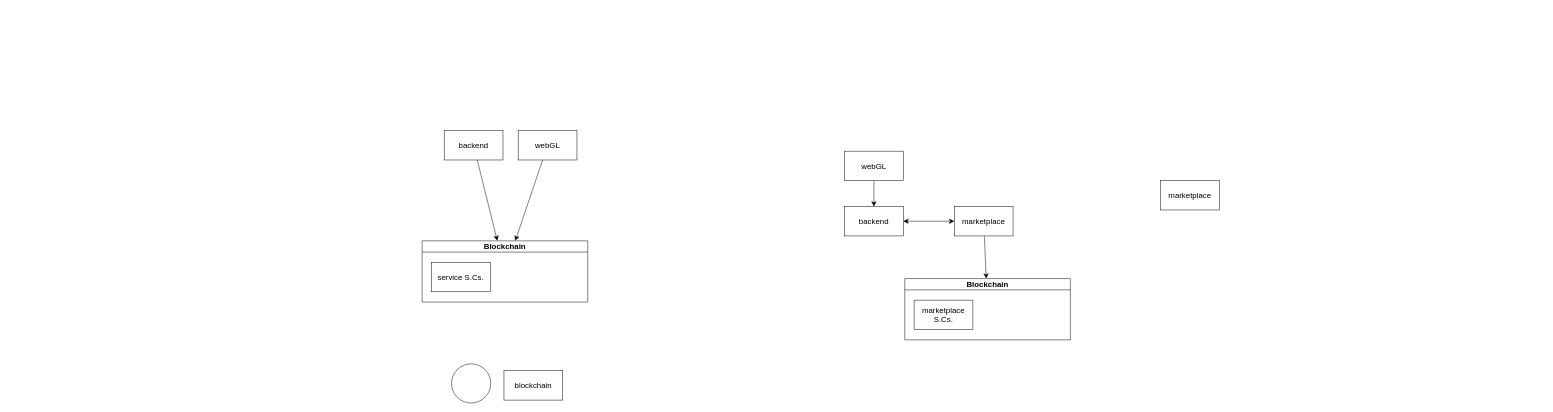
This is qubix.drawio from careock/diagrams, a draw.io file, before an edit. Source tidied: cells renumbered, new cells numbered last; positions are measured from the earlier drawing's top-left corner, leaving out a move shared by most shapes. Both pictures are drawn from the tidied source at 49%, with x=0, y=0 at pixel (422, 130).
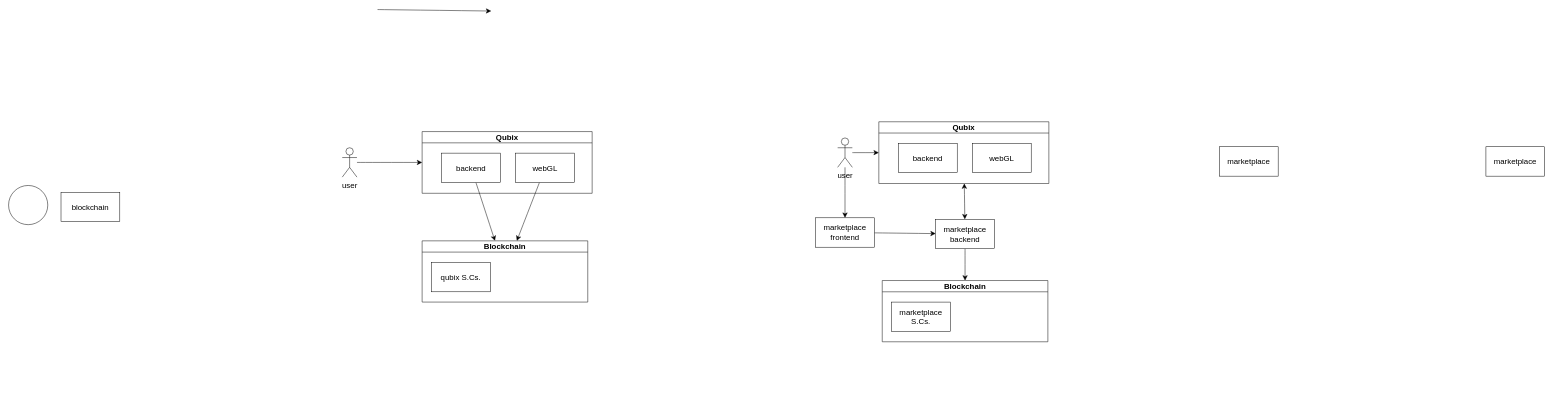
After the change.

The change refers to these unchanged cells:
```xml
<mxCell id="8" value="Blockchain" style="swimlane;whiteSpace=wrap;html=1;fontSize=16;" parent="1" vertex="1">
  <mxGeometry y="225" width="338" height="125" as="geometry" />
</mxCell>
```

The edit, as a diff of the source:
```diff
@@
-    <mxCell id="2" value="backend" style="rounded=0;whiteSpace=wrap;html=1;fontSize=16;" parent="1" vertex="1">
-      <mxGeometry x="45" width="120" height="60" as="geometry" />
-    </mxCell>
     <mxCell id="3" style="ellipse;whiteSpace=wrap;html=1;fontSize=16;" parent="1" vertex="1">
-      <mxGeometry x="60" y="476" width="80" height="80" as="geometry" />
+      <mxGeometry x="-844" y="112" width="80" height="80" as="geometry" />
     </mxCell>
@@
-    <mxCell id="5" value="webGL" style="rounded=0;whiteSpace=wrap;html=1;fontSize=16;" parent="1" vertex="1">
-      <mxGeometry x="196" width="120" height="60" as="geometry" />
-    </mxCell>
@@
-    <mxCell id="7" value="marketplace" style="rounded=0;whiteSpace=wrap;html=1;fontSize=16;" parent="1" vertex="1">
-      <mxGeometry x="1086" y="155" width="120" height="60" as="geometry" />
+    <mxCell id="7" value="marketplace backend" style="rounded=0;whiteSpace=wrap;html=1;fontSize=16;" parent="1" vertex="1">
+      <mxGeometry x="1048" y="181" width="120" height="60" as="geometry" />
     </mxCell>
@@
-    <mxCell id="9" value="service S.Cs." style="rounded=0;whiteSpace=wrap;html=1;fontSize=16;" parent="8" vertex="1">
+    <mxCell id="9" value="qubix S.Cs." style="rounded=0;whiteSpace=wrap;html=1;fontSize=16;" parent="8" vertex="1">
       <mxGeometry x="19" y="44" width="120" height="60" as="geometry" />
     </mxCell>
     <mxCell id="10" value="blockchain" style="rounded=0;whiteSpace=wrap;html=1;fontSize=16;" parent="1" vertex="1">
-      <mxGeometry x="167" y="490" width="120" height="60" as="geometry" />
+      <mxGeometry x="-737" y="126" width="120" height="60" as="geometry" />
     </mxCell>
@@
-    <mxCell id="12" style="edgeStyle=none;curved=1;rounded=0;jettySize=auto;html=1;fontSize=12;startSize=8;endSize=8;startArrow=classic;startFill=1;" parent="1" edge="1" source="13" target="7">
+    <mxCell id="12" style="edgeStyle=none;curved=1;rounded=0;jettySize=auto;html=1;fontSize=12;startSize=8;endSize=8;startArrow=classic;startFill=1;" parent="1" edge="1" source="21" target="7">
       <mxGeometry relative="1" as="geometry" />
     </mxCell>
-    <mxCell id="13" value="backend" style="rounded=0;whiteSpace=wrap;html=1;fontSize=16;" parent="1" vertex="1">
-      <mxGeometry x="862" y="155" width="120" height="60" as="geometry" />
-    </mxCell>
-    <mxCell id="14" style="edgeStyle=none;curved=1;rounded=0;jettySize=auto;html=1;fontSize=12;startSize=8;endSize=8;" parent="1" edge="1" source="15" target="13">
-      <mxGeometry relative="1" as="geometry" />
+    <mxCell id="14" style="edgeStyle=none;curved=1;rounded=0;orthogonalLoop=1;jettySize=auto;html=1;fontSize=12;startSize=8;endSize=8;" parent="1" edge="1">
+      <mxGeometry relative="1" as="geometry">
+        <mxPoint x="922" y="102" as="sourcePoint" />
+      </mxGeometry>
     </mxCell>
-    <mxCell id="15" value="webGL" style="rounded=0;whiteSpace=wrap;html=1;fontSize=16;" parent="1" vertex="1">
-      <mxGeometry x="862" y="42" width="120" height="60" as="geometry" />
-    </mxCell>
     <mxCell id="16" value="marketplace" style="rounded=0;whiteSpace=wrap;html=1;fontSize=16;" parent="1" vertex="1">
-      <mxGeometry x="1507" y="102" width="120" height="60" as="geometry" />
+      <mxGeometry x="1627" y="33" width="120" height="60" as="geometry" />
     </mxCell>
     <mxCell id="17" value="Blockchain" style="swimlane;whiteSpace=wrap;html=1;fontSize=16;" parent="1" vertex="1">
-      <mxGeometry x="985" y="302" width="338" height="125" as="geometry" />
+      <mxGeometry x="939" y="306" width="338" height="125" as="geometry" />
     </mxCell>
@@
+    <mxCell id="19" value="marketplace" style="rounded=0;whiteSpace=wrap;html=1;fontSize=16;" parent="1" vertex="1">
+      <mxGeometry x="2171" y="33" width="120" height="60" as="geometry" />
+    </mxCell>
+    <mxCell id="20" value="Qubix" style="swimlane;whiteSpace=wrap;html=1;fontSize=16;" parent="1" vertex="1">
+      <mxGeometry y="2" width="347" height="126" as="geometry" />
+    </mxCell>
+    <mxCell id="2" value="backend" style="rounded=0;whiteSpace=wrap;html=1;fontSize=16;" parent="20" vertex="1">
+      <mxGeometry x="40" y="44" width="120" height="60" as="geometry" />
+    </mxCell>
+    <mxCell id="5" value="webGL" style="rounded=0;whiteSpace=wrap;html=1;fontSize=16;" parent="20" vertex="1">
+      <mxGeometry x="191" y="44" width="120" height="60" as="geometry" />
+    </mxCell>
+    <mxCell id="21" value="Qubix" style="swimlane;whiteSpace=wrap;html=1;fontSize=16;" parent="1" vertex="1">
+      <mxGeometry x="932" y="-18" width="347" height="126" as="geometry" />
+    </mxCell>
+    <mxCell id="13" value="backend" style="rounded=0;whiteSpace=wrap;html=1;fontSize=16;" parent="21" vertex="1">
+      <mxGeometry x="40" y="44" width="120" height="60" as="geometry" />
+    </mxCell>
+    <mxCell id="15" value="webGL" style="rounded=0;whiteSpace=wrap;html=1;fontSize=16;" parent="21" vertex="1">
+      <mxGeometry x="191" y="44" width="120" height="60" as="geometry" />
+    </mxCell>
+    <mxCell id="22" style="edgeStyle=none;curved=1;rounded=0;jettySize=auto;html=1;fontSize=12;startSize=8;endSize=8;" parent="1" edge="1" source="23" target="7">
+      <mxGeometry relative="1" as="geometry" />
+    </mxCell>
+    <mxCell id="23" value="marketplace frontend" style="rounded=0;whiteSpace=wrap;html=1;fontSize=16;" parent="1" vertex="1">
+      <mxGeometry x="803" y="178" width="120" height="60" as="geometry" />
+    </mxCell>
+    <mxCell id="24" style="edgeStyle=none;curved=1;rounded=0;jettySize=auto;html=1;fontSize=12;startSize=8;endSize=8;" parent="1" edge="1" source="26" target="23">
+      <mxGeometry relative="1" as="geometry" />
+    </mxCell>
+    <mxCell id="25" style="edgeStyle=none;curved=1;rounded=0;jettySize=auto;html=1;fontSize=12;startSize=8;endSize=8;" parent="1" edge="1" source="26" target="21">
+      <mxGeometry relative="1" as="geometry" />
+    </mxCell>
+    <mxCell id="26" value="user" style="shape=umlActor;verticalLabelPosition=bottom;verticalAlign=top;html=1;outlineConnect=0;fontSize=16;" parent="1" vertex="1">
+      <mxGeometry x="848" y="15" width="30" height="60" as="geometry" />
+    </mxCell>
+    <mxCell id="27" style="edgeStyle=none;curved=1;rounded=0;jettySize=auto;html=1;fontSize=12;startSize=8;endSize=8;" parent="1" edge="1" source="28" target="20">
+      <mxGeometry relative="1" as="geometry" />
+    </mxCell>
+    <mxCell id="28" value="user" style="shape=umlActor;verticalLabelPosition=bottom;verticalAlign=top;html=1;outlineConnect=0;fontSize=16;" parent="1" vertex="1">
+      <mxGeometry x="-163" y="35" width="30" height="60" as="geometry" />
+    </mxCell>
+    <mxCell id="29" style="edgeStyle=none;curved=1;rounded=0;orthogonalLoop=1;jettySize=auto;html=1;fontSize=12;startSize=8;endSize=8;" parent="1" edge="1">
+      <mxGeometry relative="1" as="geometry">
+        <mxPoint x="-91" y="-247" as="sourcePoint" />
+        <mxPoint x="141" y="-244" as="targetPoint" />
+      </mxGeometry>
+    </mxCell>
```
